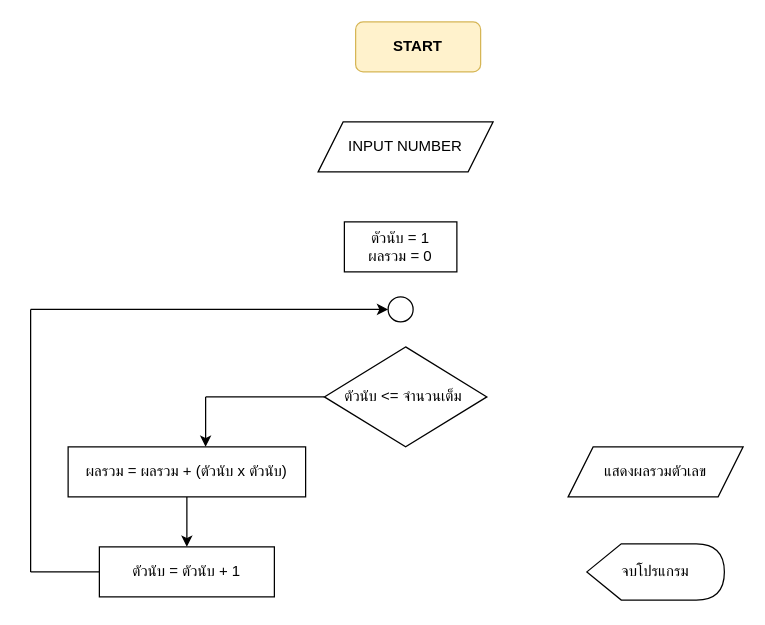
The draw.io diagram ผลรวมกำลังสอง.drawio in inherthz/LearningByDoing, before the edit. Source tidied: cells renumbered, new cells numbered last; positions are measured from the earlier drawing's top-left corner, leaving out a move shared by most shapes. Both pictures are drawn from the tidied source at 125%, with x=0, y=0 at pixel (30, 21).
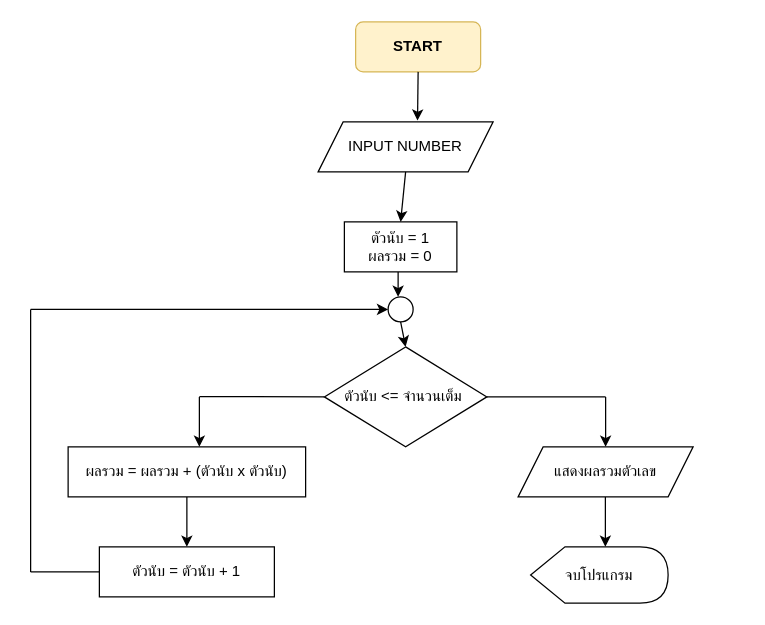
The same diagram, later.

The change refers to these unchanged cells:
```xml
<mxCell id="2" value="&lt;b&gt;START&lt;/b&gt;" style="rounded=1;whiteSpace=wrap;html=1;fillColor=#fff2cc;strokeColor=#d6b656;" parent="1" vertex="1">
  <mxGeometry x="260" width="100" height="40" as="geometry" />
</mxCell>
<mxCell id="3" value="INPUT NUMBER" style="shape=parallelogram;perimeter=parallelogramPerimeter;whiteSpace=wrap;html=1;fixedSize=1;" parent="1" vertex="1">
  <mxGeometry x="230" y="80" width="140" height="40" as="geometry" />
</mxCell>
<mxCell id="4" value="ตัวนับ = 1&lt;br&gt;ผลรวม = 0" style="rounded=0;whiteSpace=wrap;html=1;" parent="1" vertex="1">
  <mxGeometry x="251" y="160" width="90" height="40" as="geometry" />
</mxCell>
<mxCell id="5" value="ตัวนับ &amp;lt;= จำนวนเต็ม&amp;nbsp;" style="rhombus;whiteSpace=wrap;html=1;" parent="1" vertex="1">
  <mxGeometry x="235" y="260" width="130" height="80" as="geometry" />
</mxCell>
<mxCell id="9" style="ellipse;whiteSpace=wrap;html=1;" parent="1" vertex="1">
  <mxGeometry x="286" y="220" width="20" height="20" as="geometry" />
</mxCell>
```

Diff of the diagram source:
```diff
@@
     <mxCell id="7" value="แสดงผลรวมตัวเลข" style="shape=parallelogram;perimeter=parallelogramPerimeter;whiteSpace=wrap;html=1;fixedSize=1;" parent="1" vertex="1">
-      <mxGeometry x="430" y="340" width="140" height="40" as="geometry" />
+      <mxGeometry x="390" y="340" width="140" height="40" as="geometry" />
     </mxCell>
@@
     <mxCell id="10" value="จบโปรแกรม" style="shape=display;whiteSpace=wrap;html=1;" parent="1" vertex="1">
-      <mxGeometry x="445" y="417.5" width="110" height="45" as="geometry" />
+      <mxGeometry x="400" y="420" width="110" height="45" as="geometry" />
     </mxCell>
@@
-    <mxCell id="15" style="endArrow=classic;html=1;rounded=0;entryX=0.5;entryY=0;entryDx=0;entryDy=0;" parent="1" edge="1">
-      <mxGeometry relative="1" as="geometry">
-        <mxPoint x="140" y="300" as="sourcePoint" />
-        <mxPoint x="140" y="340" as="targetPoint" />
-      </mxGeometry>
-    </mxCell>
-    <mxCell id="16" style="endArrow=none;html=1;rounded=0;entryX=0;entryY=0.5;entryDx=0;entryDy=0;" parent="1" edge="1" target="5">
-      <mxGeometry relative="1" as="geometry">
-        <mxPoint x="140" y="300" as="sourcePoint" />
-        <Array as="points">
-          <mxPoint x="160" y="300" />
-        </Array>
-      </mxGeometry>
-    </mxCell>
+    <mxCell id="17" style="endArrow=none;html=1;rounded=0;entryX=0;entryY=0.5;entryDx=0;entryDy=0;" parent="1" edge="1" target="5">
+      <mxGeometry relative="1" as="geometry">
+        <mxPoint x="135" y="299.8" as="sourcePoint" />
+        <Array as="points">
+          <mxPoint x="155" y="299.8" />
+        </Array>
+      </mxGeometry>
+    </mxCell>
+    <mxCell id="18" style="endArrow=classic;html=1;rounded=0;entryX=0.5;entryY=0;entryDx=0;entryDy=0;" parent="1" edge="1">
+      <mxGeometry relative="1" as="geometry">
+        <mxPoint x="135" y="300" as="sourcePoint" />
+        <mxPoint x="135" y="340" as="targetPoint" />
+      </mxGeometry>
+    </mxCell>
+    <mxCell id="19" style="endArrow=none;html=1;rounded=0;entryX=1;entryY=0.5;entryDx=0;entryDy=0;" parent="1" edge="1" target="5">
+      <mxGeometry relative="1" as="geometry">
+        <mxPoint x="460" y="300" as="sourcePoint" />
+      </mxGeometry>
+    </mxCell>
+    <mxCell id="20" style="endArrow=classic;html=1;rounded=0;entryX=0.5;entryY=0;entryDx=0;entryDy=0;" parent="1" edge="1">
+      <mxGeometry relative="1" as="geometry">
+        <mxPoint x="460" y="300" as="sourcePoint" />
+        <mxPoint x="460" y="340" as="targetPoint" />
+      </mxGeometry>
+    </mxCell>
+    <mxCell id="21" style="endArrow=classic;html=1;rounded=0;entryX=0.5;entryY=0;entryDx=0;entryDy=0;" parent="1" edge="1">
+      <mxGeometry relative="1" as="geometry">
+        <mxPoint x="459.8" y="380" as="sourcePoint" />
+        <mxPoint x="459.8" y="420" as="targetPoint" />
+      </mxGeometry>
+    </mxCell>
+    <mxCell id="22" style="endArrow=classic;html=1;rounded=0;exitX=0.5;exitY=1;exitDx=0;exitDy=0;entryX=0.568;entryY=-0.025;entryDx=0;entryDy=0;entryPerimeter=0;" parent="1" edge="1" source="2" target="3">
+      <mxGeometry relative="1" as="geometry" />
+    </mxCell>
+    <mxCell id="23" style="endArrow=classic;html=1;rounded=0;exitX=0.5;exitY=1;exitDx=0;exitDy=0;entryX=0.5;entryY=0;entryDx=0;entryDy=0;" parent="1" edge="1" source="3" target="4">
+      <mxGeometry relative="1" as="geometry" />
+    </mxCell>
+    <mxCell id="24" style="endArrow=classic;html=1;rounded=0;exitX=0.5;exitY=1;exitDx=0;exitDy=0;entryX=0.5;entryY=0;entryDx=0;entryDy=0;" parent="1" edge="1" source="9" target="5">
+      <mxGeometry relative="1" as="geometry" />
+    </mxCell>
+    <mxCell id="25" style="endArrow=classic;html=1;rounded=0;exitX=0.5;exitY=1;exitDx=0;exitDy=0;entryX=0.4;entryY=0;entryDx=0;entryDy=0;entryPerimeter=0;" parent="1" edge="1" target="9">
+      <mxGeometry relative="1" as="geometry">
+        <mxPoint x="294" y="200" as="sourcePoint" />
+      </mxGeometry>
+    </mxCell>
```
